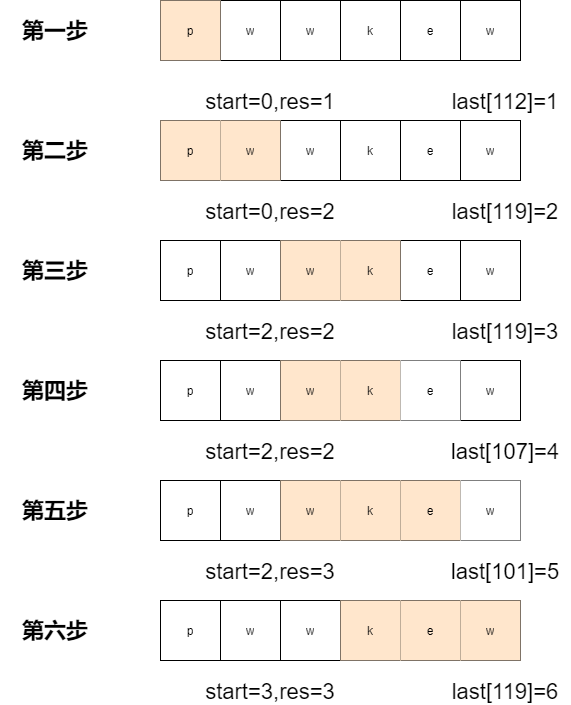
Above: Untitled Diagram.png in DaMingYue/Test (draw.io), before the change. Source tidied: cells renumbered, new cells last; positions are measured from the earlier drawing's top-left corner, leaving out a move shared by most shapes.
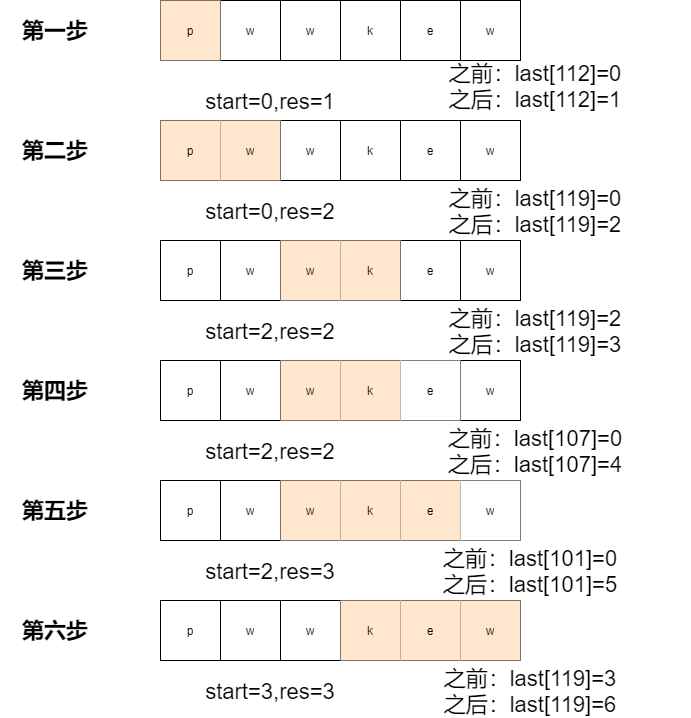
Later version of the same file.

What changed in the source:
```diff
@@ -167,38 +167,38 @@
     <mxCell id="56" value="start=0,res=1" style="text;html=1;strokeColor=none;fillColor=none;align=center;verticalAlign=middle;whiteSpace=wrap;rounded=0;fontSize=22;fontColor=#000000;" parent="1" vertex="1">
       <mxGeometry x="170" y="91" width="200" height="20" as="geometry" />
     </mxCell>
-    <mxCell id="57" value="last[112]=1" style="text;html=1;strokeColor=none;fillColor=none;align=center;verticalAlign=middle;whiteSpace=wrap;rounded=0;fontSize=22;fontColor=#000000;" parent="1" vertex="1">
-      <mxGeometry x="440" y="91" width="130" height="20" as="geometry" />
+    <mxCell id="57" value="之前：last[112]=0&lt;br&gt;之后：last[112]=1" style="text;html=1;strokeColor=none;fillColor=none;align=center;verticalAlign=middle;whiteSpace=wrap;rounded=0;fontSize=22;fontColor=#000000;" parent="1" vertex="1">
+      <mxGeometry x="380" y="71" width="310" height="30" as="geometry" />
     </mxCell>
     <mxCell id="58" value="start=0,res=2" style="text;html=1;strokeColor=none;fillColor=none;align=center;verticalAlign=middle;whiteSpace=wrap;rounded=0;fontSize=22;fontColor=#000000;" parent="1" vertex="1">
       <mxGeometry x="170" y="201" width="200" height="20" as="geometry" />
     </mxCell>
-    <mxCell id="59" value="last[119]=2" style="text;html=1;strokeColor=none;fillColor=none;align=center;verticalAlign=middle;whiteSpace=wrap;rounded=0;fontSize=22;fontColor=#000000;" parent="1" vertex="1">
-      <mxGeometry x="440" y="201" width="130" height="20" as="geometry" />
+    <mxCell id="59" value="之前：last[119]=0&lt;br&gt;之后：last[119]=2" style="text;html=1;strokeColor=none;fillColor=none;align=center;verticalAlign=middle;whiteSpace=wrap;rounded=0;fontSize=22;fontColor=#000000;" parent="1" vertex="1">
+      <mxGeometry x="440" y="201" width="190" height="20" as="geometry" />
     </mxCell>
     <mxCell id="60" value="start=2,res=2" style="text;html=1;strokeColor=none;fillColor=none;align=center;verticalAlign=middle;whiteSpace=wrap;rounded=0;fontSize=22;fontColor=#000000;" parent="1" vertex="1">
       <mxGeometry x="170" y="321" width="200" height="20" as="geometry" />
     </mxCell>
-    <mxCell id="61" value="last[119]=3" style="text;html=1;strokeColor=none;fillColor=none;align=center;verticalAlign=middle;whiteSpace=wrap;rounded=0;fontSize=22;fontColor=#000000;" parent="1" vertex="1">
-      <mxGeometry x="440" y="321" width="130" height="20" as="geometry" />
+    <mxCell id="61" value="之前：last[119]=2&lt;br&gt;之后：last[119]=3" style="text;html=1;strokeColor=none;fillColor=none;align=center;verticalAlign=middle;whiteSpace=wrap;rounded=0;fontSize=22;fontColor=#000000;" parent="1" vertex="1">
+      <mxGeometry x="440" y="321" width="190" height="20" as="geometry" />
     </mxCell>
     <mxCell id="62" value="start=2,res=2" style="text;html=1;strokeColor=none;fillColor=none;align=center;verticalAlign=middle;whiteSpace=wrap;rounded=0;fontSize=22;fontColor=#000000;" parent="1" vertex="1">
       <mxGeometry x="170" y="441" width="200" height="20" as="geometry" />
     </mxCell>
-    <mxCell id="63" value="last[107]=4" style="text;html=1;strokeColor=none;fillColor=none;align=center;verticalAlign=middle;whiteSpace=wrap;rounded=0;fontSize=22;fontColor=#000000;" parent="1" vertex="1">
-      <mxGeometry x="440" y="441" width="130" height="20" as="geometry" />
+    <mxCell id="63" value="之前：last[107]=0&lt;br&gt;之后：last[107]=4" style="text;html=1;strokeColor=none;fillColor=none;align=center;verticalAlign=middle;whiteSpace=wrap;rounded=0;fontSize=22;fontColor=#000000;" parent="1" vertex="1">
+      <mxGeometry x="440" y="441" width="190" height="20" as="geometry" />
     </mxCell>
     <mxCell id="64" value="start=2,res=3" style="text;html=1;strokeColor=none;fillColor=none;align=center;verticalAlign=middle;whiteSpace=wrap;rounded=0;fontSize=22;fontColor=#000000;" parent="1" vertex="1">
       <mxGeometry x="170" y="561" width="200" height="20" as="geometry" />
     </mxCell>
-    <mxCell id="65" value="last[101]=5" style="text;html=1;strokeColor=none;fillColor=none;align=center;verticalAlign=middle;whiteSpace=wrap;rounded=0;fontSize=22;fontColor=#000000;" parent="1" vertex="1">
-      <mxGeometry x="440" y="561" width="130" height="20" as="geometry" />
+    <mxCell id="65" value="之前：last[101]=0&lt;br&gt;之后：last[101]=5" style="text;html=1;strokeColor=none;fillColor=none;align=center;verticalAlign=middle;whiteSpace=wrap;rounded=0;fontSize=22;fontColor=#000000;" parent="1" vertex="1">
+      <mxGeometry x="440" y="561" width="180" height="20" as="geometry" />
     </mxCell>
     <mxCell id="66" value="start=3,res=3" style="text;html=1;strokeColor=none;fillColor=none;align=center;verticalAlign=middle;whiteSpace=wrap;rounded=0;fontSize=22;fontColor=#000000;" parent="1" vertex="1">
       <mxGeometry x="170" y="681" width="200" height="20" as="geometry" />
     </mxCell>
-    <mxCell id="67" value="last[119]=6" style="text;html=1;strokeColor=none;fillColor=none;align=center;verticalAlign=middle;whiteSpace=wrap;rounded=0;fontSize=22;fontColor=#000000;" parent="1" vertex="1">
-      <mxGeometry x="440" y="681" width="130" height="20" as="geometry" />
+    <mxCell id="67" value="之前：last[119]=3&lt;br&gt;之后：last[119]=6" style="text;html=1;strokeColor=none;fillColor=none;align=center;verticalAlign=middle;whiteSpace=wrap;rounded=0;fontSize=22;fontColor=#000000;" parent="1" vertex="1">
+      <mxGeometry x="440" y="681" width="180" height="20" as="geometry" />
     </mxCell>
   </root>
 </mxGraphModel>
```
